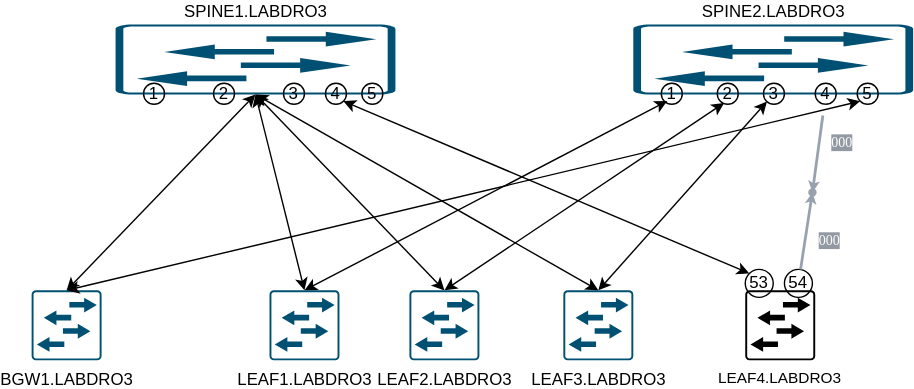
Earlier version of the draw.io export distri_lab.svg (thedenman/flow). Source tidied: cells renumbered, new cells last; positions are measured from the earlier drawing's top-left corner, leaving out a move shared by most shapes.
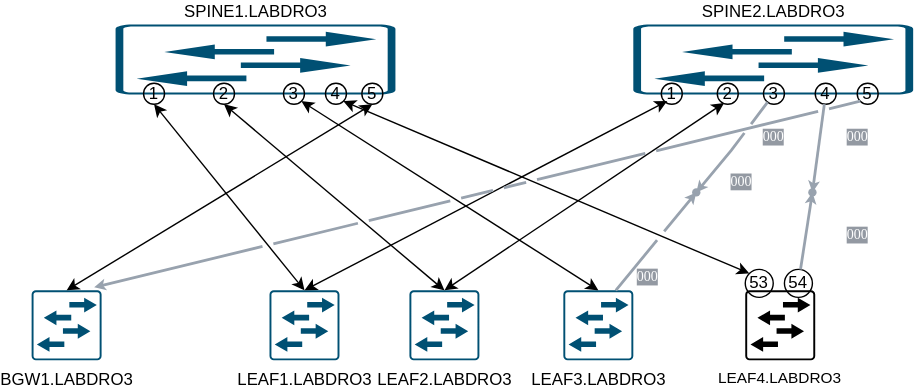
Above is the later version.

The edit, as a diff of the source:
```diff
@@ -24,19 +24,16 @@
         <mxGeometry x="510" y="190" width="50" height="50" as="geometry" />
       </mxCell>
     </object>
-    <mxCell id="8" style="endArrow=classic;startArrow=classic;html=1;rounded=0;exitX=0.5;exitY=0;exitDx=0;exitDy=0;exitPerimeter=0;entryX=0.5;entryY=1;entryDx=0;entryDy=0;entryPerimeter=0;" parent="1" edge="1" source="3" target="4">
+    <mxCell id="8" style="endArrow=classic;startArrow=classic;html=1;rounded=0;exitX=0.5;exitY=0;exitDx=0;exitDy=0;exitPerimeter=0;entryX=0.5;entryY=1;entryDx=0;entryDy=0;" parent="1" edge="1" source="3" target="32">
       <mxGeometry relative="1" as="geometry" />
     </mxCell>
-    <mxCell id="9" style="endArrow=classic;startArrow=classic;html=1;rounded=0;entryX=0.5;entryY=1;entryDx=0;entryDy=0;entryPerimeter=0;exitX=0.5;exitY=0;exitDx=0;exitDy=0;exitPerimeter=0;" parent="1" edge="1" source="5" target="4">
+    <mxCell id="9" style="endArrow=classic;startArrow=classic;html=1;rounded=0;entryX=0.5;entryY=1;entryDx=0;entryDy=0;exitX=0.5;exitY=0;exitDx=0;exitDy=0;exitPerimeter=0;" parent="1" edge="1" source="5" target="31">
       <mxGeometry relative="1" as="geometry" />
     </mxCell>
-    <mxCell id="10" style="endArrow=classic;startArrow=classic;html=1;rounded=0;exitX=0.5;exitY=0;exitDx=0;exitDy=0;exitPerimeter=0;entryX=0.5;entryY=1;entryDx=0;entryDy=0;entryPerimeter=0;" parent="1" edge="1" source="2" target="4">
+    <mxCell id="10" style="endArrow=classic;startArrow=classic;html=1;rounded=0;exitX=0.5;exitY=0;exitDx=0;exitDy=0;exitPerimeter=0;entryX=0.5;entryY=1;entryDx=0;entryDy=0;" parent="1" edge="1" source="2" target="29">
       <mxGeometry relative="1" as="geometry" />
     </mxCell>
-    <mxCell id="11" style="endArrow=classic;startArrow=classic;html=1;rounded=0;exitX=0.5;exitY=0;exitDx=0;exitDy=0;exitPerimeter=0;entryX=0;entryY=1;entryDx=0;entryDy=0;" parent="1" edge="1" source="2" target="28">
-      <mxGeometry relative="1" as="geometry" />
-    </mxCell>
-    <mxCell id="12" style="endArrow=classic;startArrow=classic;html=1;rounded=0;exitX=0.5;exitY=0;exitDx=0;exitDy=0;exitPerimeter=0;entryX=0.5;entryY=1;entryDx=0;entryDy=0;entryPerimeter=0;" parent="1" edge="1" source="6" target="4">
+    <mxCell id="12" style="endArrow=classic;startArrow=classic;html=1;rounded=0;exitX=0.5;exitY=0;exitDx=0;exitDy=0;exitPerimeter=0;entryX=1;entryY=1;entryDx=0;entryDy=0;" parent="1" edge="1" source="6" target="30">
       <mxGeometry relative="1" as="geometry" />
     </mxCell>
     <mxCell id="13" style="endArrow=classic;startArrow=classic;html=1;rounded=0;exitX=0.5;exitY=0;exitDx=0;exitDy=0;exitPerimeter=0;entryX=0.285;entryY=0.844;entryDx=0;entryDy=0;entryPerimeter=0;" parent="1" edge="1" source="3" target="27">
@@ -45,9 +42,6 @@
     <mxCell id="14" style="endArrow=classic;startArrow=classic;html=1;rounded=0;exitX=0.5;exitY=0;exitDx=0;exitDy=0;exitPerimeter=0;entryX=0.326;entryY=0.937;entryDx=0;entryDy=0;entryPerimeter=0;" parent="1" edge="1" source="5" target="26">
       <mxGeometry relative="1" as="geometry" />
     </mxCell>
-    <mxCell id="15" style="endArrow=classic;startArrow=classic;html=1;rounded=0;exitX=0.5;exitY=0;exitDx=0;exitDy=0;exitPerimeter=0;" parent="1" edge="1" source="6" target="25">
-      <mxGeometry relative="1" as="geometry" />
-    </mxCell>
     <mxCell id="16" value="54" style="ellipse;whiteSpace=wrap;html=1;fillColor=none;strokeColor=default;" parent="1" vertex="1">
       <mxGeometry x="538" y="175" width="20" height="20" as="geometry" />
     </mxCell>
@@ -67,10 +61,10 @@
       <mxGeometry x="210" y="42" width="15" height="15" as="geometry" />
     </mxCell>
     <mxCell id="22" value="000" style="rounded=0;html=1;startSize=6;endArrow=classic;endFill=1;endSize=2;fontSize=10;strokeColor=#98A2AE;fontColor=#FFFFFF;textOpacity=60;labelBackgroundColor=#4D5766;jumpStyle=gap;strokeWidth=2;fontFamily=Google Sans;fontSource=https%3A%2F%2Ffonts.googleapis.com%2Fcss%3Ffamily%3DGoogle%2BSans;" parent="1" edge="1" source="20" target="24">
-      <mxGeometry x="-0.22" y="16" relative="1" as="geometry" />
+      <mxGeometry x="-0.38" y="26" relative="1" as="geometry" />
     </mxCell>
     <mxCell id="23" value="000" style="rounded=0;html=1;startSize=6;endArrow=classic;endFill=1;endSize=2;fontSize=10;strokeColor=#98A2AE;fontColor=#FFFFFF;textOpacity=60;labelBackgroundColor=#4D5766;jumpStyle=gap;strokeWidth=2;fontFamily=Google Sans;fontSource=https%3A%2F%2Ffonts.googleapis.com%2Fcss%3Ffamily%3DGoogle%2BSans;" parent="1" edge="1" source="16" target="24">
-      <mxGeometry x="-0.16" y="-17" relative="1" as="geometry" />
+      <mxGeometry x="0.11" y="-36" relative="1" as="geometry" />
     </mxCell>
     <mxCell id="24" style="shape=waypoint;sketch=0;fillStyle=solid;size=6;points=[];fillColor=none;perimeter=centerPerimeter;snapToPoint=1;strokeColor=#98A2AE;" parent="1" vertex="1">
       <mxGeometry x="548" y="110" width="20" height="20" as="geometry" />
@@ -99,5 +93,21 @@
     <mxCell id="32" value="1" style="ellipse;whiteSpace=wrap;html=1;fillColor=none;strokeColor=default;" parent="1" vertex="1">
       <mxGeometry x="80" y="42" width="15" height="15" as="geometry" />
     </mxCell>
+    <mxCell id="33" value="000" style="rounded=0;html=1;startSize=6;endArrow=classic;endFill=1;endSize=2;fontSize=10;strokeColor=#98A2AE;fontColor=#FFFFFF;textOpacity=60;labelBackgroundColor=#4D5766;jumpStyle=gap;strokeWidth=2;fontFamily=Google Sans;fontSource=https%3A%2F%2Ffonts.googleapis.com%2Fcss%3Ffamily%3DGoogle%2BSans;exitX=0;exitY=1;exitDx=0;exitDy=0;entryX=0.894;entryY=-0.043;entryDx=0;entryDy=0;entryPerimeter=0;" parent="1" edge="1" source="28" target="2">
+      <mxGeometry x="-0.76" y="10" relative="1" as="geometry" />
+    </mxCell>
+    <mxCell id="34" value="000" style="rounded=0;html=1;startSize=6;endArrow=classic;endFill=1;endSize=2;fontSize=10;strokeColor=#98A2AE;fontColor=#FFFFFF;textOpacity=60;labelBackgroundColor=#4D5766;jumpStyle=gap;strokeWidth=2;fontFamily=Google Sans;fontSource=https%3A%2F%2Ffonts.googleapis.com%2Fcss%3Ffamily%3DGoogle%2BSans;entryX=0.3;entryY=0.55;entryDx=0;entryDy=0;entryPerimeter=0;" parent="1" edge="1" source="25" target="35">
+      <mxGeometry x="0.35" y="19" relative="1" as="geometry">
+        <Array as="points">
+          <mxPoint x="500" y="90" />
+        </Array>
+      </mxGeometry>
+    </mxCell>
+    <mxCell id="35" style="shape=waypoint;sketch=0;fillStyle=solid;size=6;points=[];fillColor=none;perimeter=centerPerimeter;snapToPoint=1;strokeColor=#98A2AE;" parent="1" vertex="1">
+      <mxGeometry x="465" y="110" width="20" height="20" as="geometry" />
+    </mxCell>
+    <mxCell id="36" value="000" style="rounded=0;html=1;startSize=6;endArrow=classic;endFill=1;endSize=2;fontSize=10;strokeColor=#98A2AE;fontColor=#FFFFFF;textOpacity=60;labelBackgroundColor=#4D5766;jumpStyle=gap;strokeWidth=2;fontFamily=Google Sans;fontSource=https%3A%2F%2Ffonts.googleapis.com%2Fcss%3Ffamily%3DGoogle%2BSans;exitX=0.75;exitY=0;exitDx=0;exitDy=0;exitPerimeter=0;" parent="1" edge="1" source="6" target="35">
+      <mxGeometry x="-0.51" y="-11" relative="1" as="geometry" />
+    </mxCell>
   </root>
 </mxGraphModel>
```
